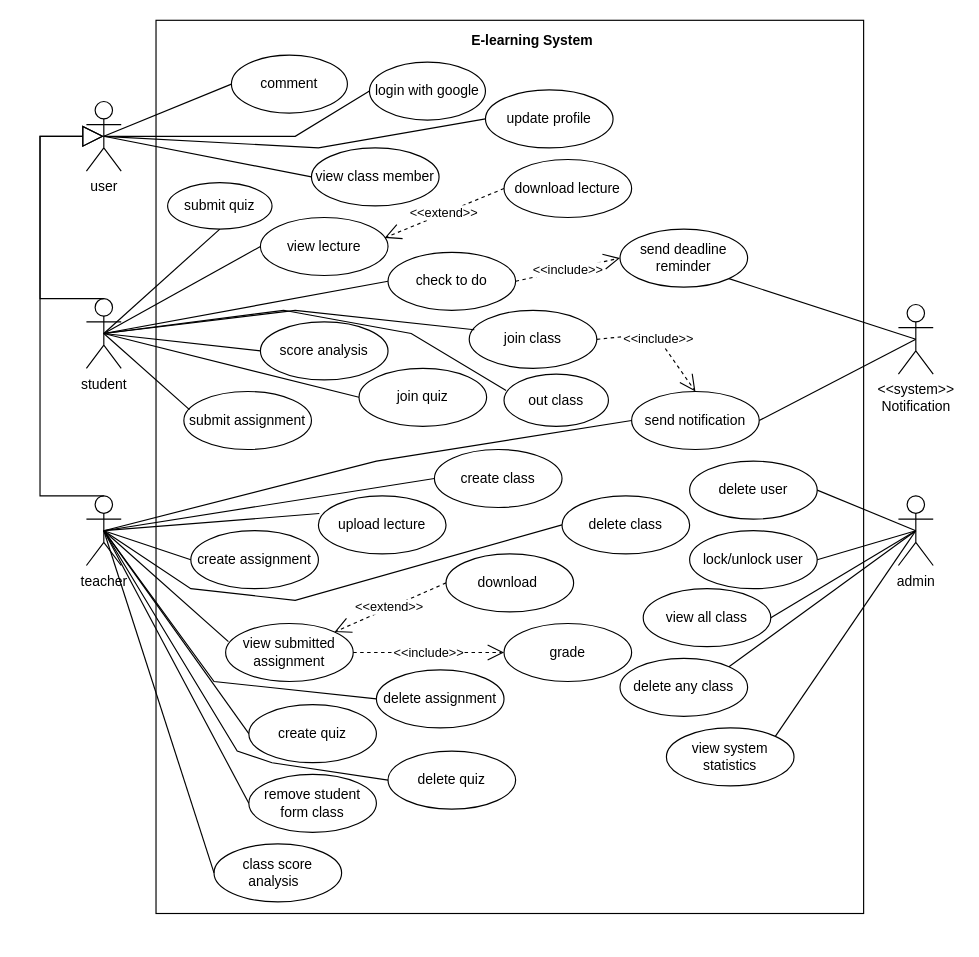
This is system_design/use_case.drawio from Hai-Hay-Ho/e-learning, a draw.io file, before an edit. Source tidied: cells renumbered, new cells numbered last; positions are measured from the earlier drawing's top-left corner, leaving out a move shared by most shapes. Both pictures are drawn from the tidied source at 116%, with x=0, y=0 at pixel (39, 20).
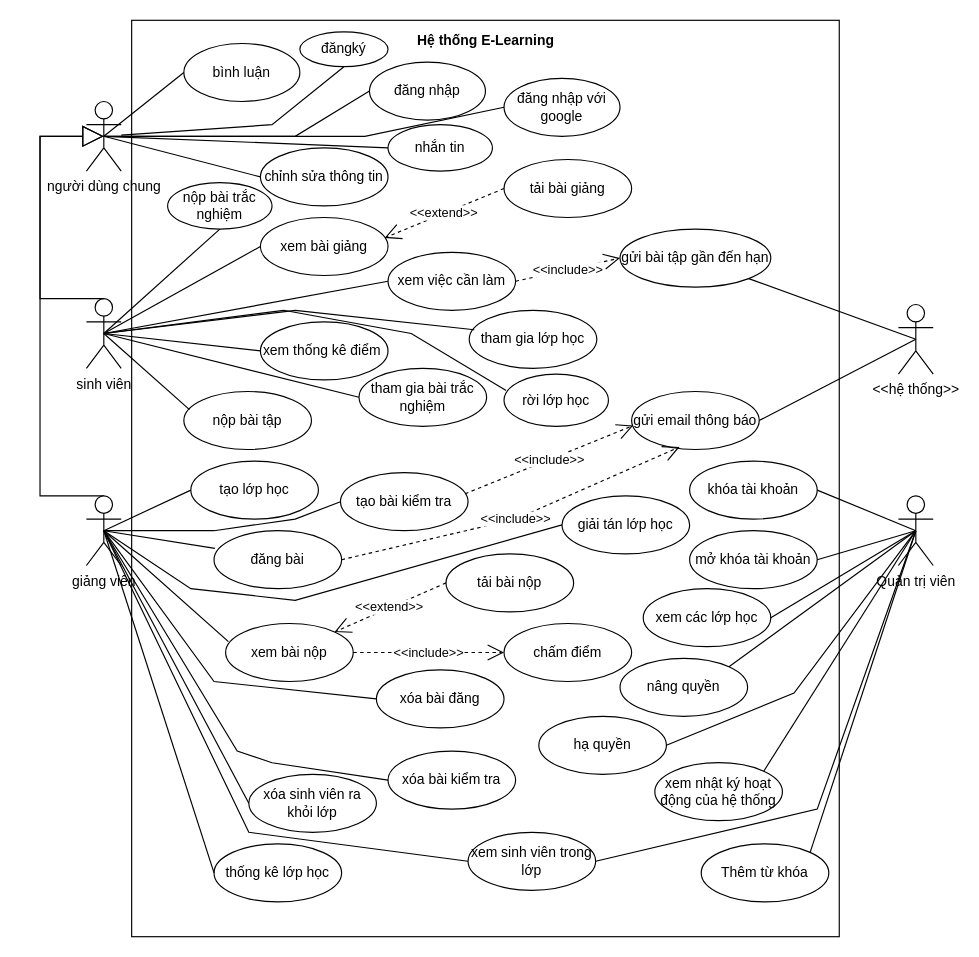
The same diagram, later.

What changed in the source:
```diff
@@
-    <mxCell id="2" value="student" style="shape=umlActor;verticalLabelPosition=bottom;verticalAlign=top;html=1;outlineConnect=0;" parent="1" vertex="1">
+    <mxCell id="2" value="sinh viên" style="shape=umlActor;verticalLabelPosition=bottom;verticalAlign=top;html=1;outlineConnect=0;" parent="1" vertex="1">
       <mxGeometry x="40" y="240" width="30" height="60" as="geometry" />
     </mxCell>
-    <mxCell id="3" value="teacher" style="shape=umlActor;verticalLabelPosition=bottom;verticalAlign=top;html=1;outlineConnect=0;" parent="1" vertex="1">
-      <mxGeometry x="40" y="410" width="30" height="60" as="geometry" />
-    </mxCell>
-    <mxCell id="4" value="user" style="shape=umlActor;verticalLabelPosition=bottom;verticalAlign=top;html=1;outlineConnect=0;" parent="1" vertex="1">
-      <mxGeometry x="40" y="70" width="30" height="60" as="geometry" />
-    </mxCell>
     <mxCell id="5" style="html=1;whiteSpace=wrap;" parent="1" vertex="1">
-      <mxGeometry x="100" width="610" height="770" as="geometry" />
+      <mxGeometry x="79" width="610" height="790" as="geometry" />
     </mxCell>
-    <mxCell id="6" value="E-learning System" style="text;align=center;fontStyle=1;verticalAlign=middle;spacingLeft=3;spacingRight=3;strokeColor=none;html=1;" parent="1" vertex="1">
-      <mxGeometry x="384" width="80" height="36" as="geometry" />
+    <mxCell id="6" value="Hệ thống E-Learning" style="text;align=center;fontStyle=1;verticalAlign=middle;spacingLeft=3;spacingRight=3;strokeColor=none;html=1;" parent="1" vertex="1">
+      <mxGeometry x="344" width="80" height="36" as="geometry" />
     </mxCell>
-    <mxCell id="7" value="login with google" style="ellipse;whiteSpace=wrap;html=1;" parent="1" vertex="1">
+    <mxCell id="7" value="đăng nhập" style="ellipse;whiteSpace=wrap;html=1;" parent="1" vertex="1">
       <mxGeometry x="284" y="36" width="100" height="50" as="geometry" />
     </mxCell>
@@
-    <mxCell id="9" value="update profile" style="ellipse;whiteSpace=wrap;html=1;" parent="1" vertex="1">
-      <mxGeometry x="384" y="60" width="110" height="50" as="geometry" />
+    <mxCell id="9" value="chỉnh sửa thông tin" style="ellipse;whiteSpace=wrap;html=1;" parent="1" vertex="1">
+      <mxGeometry x="190" y="110" width="110" height="50" as="geometry" />
     </mxCell>
-    <mxCell id="10" value="download lecture" style="ellipse;whiteSpace=wrap;html=1;" parent="1" vertex="1">
+    <mxCell id="10" value="tải bài giảng" style="ellipse;whiteSpace=wrap;html=1;" parent="1" vertex="1">
       <mxGeometry x="400" y="120" width="110" height="50" as="geometry" />
     </mxCell>
     <mxCell id="11" style="html=1;verticalAlign=bottom;endArrow=none;curved=0;rounded=0;entryX=0;entryY=0.5;entryDx=0;entryDy=0;exitX=0.5;exitY=0.5;exitDx=0;exitDy=0;exitPerimeter=0;endFill=0;" parent="1" edge="1" source="4" target="9">
-      <mxGeometry relative="1" as="geometry">
-        <Array as="points">
-          <mxPoint x="240" y="110" />
-        </Array>
-      </mxGeometry>
+      <mxGeometry relative="1" as="geometry" />
     </mxCell>
@@
-    <mxCell id="14" value="&lt;font style=&quot;color: rgb(0, 0, 0);&quot;&gt;&amp;lt;&amp;lt;system&amp;gt;&amp;gt;&lt;/font&gt;&lt;div&gt;&lt;font style=&quot;color: rgb(0, 0, 0);&quot;&gt;Notification&lt;/font&gt;&lt;/div&gt;" style="shape=umlActor;verticalLabelPosition=bottom;verticalAlign=top;html=1;" parent="1" vertex="1">
+    <mxCell id="14" value="&lt;font style=&quot;color: rgb(0, 0, 0);&quot;&gt;&amp;lt;&amp;lt;hệ thống&amp;gt;&amp;gt;&lt;/font&gt;" style="shape=umlActor;verticalLabelPosition=bottom;verticalAlign=top;html=1;" parent="1" vertex="1">
       <mxGeometry x="740" y="245" width="30" height="60" as="geometry" />
     </mxCell>
-    <mxCell id="15" value="join class" style="ellipse;whiteSpace=wrap;html=1;" parent="1" vertex="1">
+    <mxCell id="15" value="tham gia lớp học" style="ellipse;whiteSpace=wrap;html=1;" parent="1" vertex="1">
       <mxGeometry x="370" y="250" width="110" height="50" as="geometry" />
     </mxCell>
-    <mxCell id="16" value="view lecture" style="ellipse;whiteSpace=wrap;html=1;" parent="1" vertex="1">
+    <mxCell id="16" value="xem bài giảng" style="ellipse;whiteSpace=wrap;html=1;" parent="1" vertex="1">
       <mxGeometry x="190" y="170" width="110" height="50" as="geometry" />
     </mxCell>
@@
-    <mxCell id="19" value="submit assignment" style="ellipse;whiteSpace=wrap;html=1;" parent="1" vertex="1">
+    <mxCell id="19" value="nộp bài tập" style="ellipse;whiteSpace=wrap;html=1;" parent="1" vertex="1">
       <mxGeometry x="124" y="320" width="110" height="50" as="geometry" />
     </mxCell>
@@
-    <mxCell id="21" value="create class" style="ellipse;whiteSpace=wrap;html=1;" parent="1" vertex="1">
-      <mxGeometry x="340" y="370" width="110" height="50" as="geometry" />
+    <mxCell id="21" value="tạo lớp học" style="ellipse;whiteSpace=wrap;html=1;" parent="1" vertex="1">
+      <mxGeometry x="130" y="380" width="110" height="50" as="geometry" />
     </mxCell>
-    <mxCell id="22" value="upload lecture" style="ellipse;whiteSpace=wrap;html=1;" parent="1" vertex="1">
-      <mxGeometry x="240" y="410" width="110" height="50" as="geometry" />
+    <mxCell id="22" value="đăng bài" style="ellipse;whiteSpace=wrap;html=1;" parent="1" vertex="1">
+      <mxGeometry x="150" y="440" width="110" height="50" as="geometry" />
     </mxCell>
-    <mxCell id="23" value="create assignment" style="ellipse;whiteSpace=wrap;html=1;" parent="1" vertex="1">
-      <mxGeometry x="130" y="440" width="110" height="50" as="geometry" />
-    </mxCell>
-    <mxCell id="24" style="html=1;verticalAlign=bottom;endArrow=none;curved=0;rounded=0;entryX=0;entryY=0.5;entryDx=0;entryDy=0;exitX=0.5;exitY=0.5;exitDx=0;exitDy=0;exitPerimeter=0;endFill=0;" parent="1" edge="1" source="3" target="23">
-      <mxGeometry relative="1" as="geometry" />
-    </mxCell>
@@
-    <mxCell id="27" value="view submitted assignment" style="ellipse;whiteSpace=wrap;html=1;" parent="1" vertex="1">
+    <mxCell id="27" value="xem bài nộp" style="ellipse;whiteSpace=wrap;html=1;" parent="1" vertex="1">
       <mxGeometry x="160" y="520" width="110" height="50" as="geometry" />
     </mxCell>
@@
-    <mxCell id="30" value="download&amp;nbsp;" style="ellipse;whiteSpace=wrap;html=1;" parent="1" vertex="1">
+    <mxCell id="30" value="tải bài nộp" style="ellipse;whiteSpace=wrap;html=1;" parent="1" vertex="1">
       <mxGeometry x="350" y="460" width="110" height="50" as="geometry" />
     </mxCell>
-    <mxCell id="31" value="grade" style="ellipse;whiteSpace=wrap;html=1;" parent="1" vertex="1">
+    <mxCell id="31" value="chấm điểm" style="ellipse;whiteSpace=wrap;html=1;" parent="1" vertex="1">
       <mxGeometry x="400" y="520" width="110" height="50" as="geometry" />
     </mxCell>
@@
-    <mxCell id="34" value="send notification" style="ellipse;whiteSpace=wrap;html=1;" parent="1" vertex="1">
+    <mxCell id="34" value="gửi email thông báo" style="ellipse;whiteSpace=wrap;html=1;" parent="1" vertex="1">
       <mxGeometry x="510" y="320" width="110" height="50" as="geometry" />
     </mxCell>
@@
-    <mxCell id="36" style="html=1;verticalAlign=bottom;endArrow=none;curved=0;rounded=0;entryX=0;entryY=0.5;entryDx=0;entryDy=0;exitX=0.5;exitY=0.5;exitDx=0;exitDy=0;exitPerimeter=0;endFill=0;" parent="1" edge="1" source="3" target="34">
-      <mxGeometry relative="1" as="geometry">
-        <Array as="points">
-          <mxPoint x="290" y="380" />
-        </Array>
-      </mxGeometry>
-    </mxCell>
-    <mxCell id="37" value="&amp;lt;&amp;lt;include&amp;gt;&amp;gt;" style="endArrow=open;endSize=12;dashed=1;html=1;rounded=0;entryX=0.5;entryY=0;entryDx=0;entryDy=0;" parent="1" edge="1" target="34">
-      <mxGeometry relative="1" as="geometry">
-        <mxPoint x="480" y="275" as="sourcePoint" />
-        <Array as="points">
-          <mxPoint x="530" y="270" />
-        </Array>
-      </mxGeometry>
-    </mxCell>
-    <mxCell id="38" value="comment" style="ellipse;whiteSpace=wrap;html=1;" parent="1" vertex="1">
-      <mxGeometry x="165" y="30" width="100" height="50" as="geometry" />
+    <mxCell id="38" value="bình luận" style="ellipse;whiteSpace=wrap;html=1;" parent="1" vertex="1">
+      <mxGeometry x="124" y="20" width="100" height="50" as="geometry" />
     </mxCell>
@@
-    <mxCell id="40" value="create quiz" style="ellipse;whiteSpace=wrap;html=1;" parent="1" vertex="1">
-      <mxGeometry x="180" y="590" width="110" height="50" as="geometry" />
+    <mxCell id="40" value="tạo bài kiểm tra" style="ellipse;whiteSpace=wrap;html=1;" parent="1" vertex="1">
+      <mxGeometry x="259" y="390" width="110" height="50" as="geometry" />
     </mxCell>
     <mxCell id="41" style="html=1;verticalAlign=bottom;endArrow=none;curved=0;rounded=0;entryX=0;entryY=0.5;entryDx=0;entryDy=0;exitX=0.5;exitY=0.5;exitDx=0;exitDy=0;exitPerimeter=0;endFill=0;" parent="1" edge="1" source="3" target="40">
-      <mxGeometry relative="1" as="geometry" />
+      <mxGeometry relative="1" as="geometry">
+        <Array as="points">
+          <mxPoint x="150" y="440" />
+          <mxPoint x="220" y="430" />
+        </Array>
+      </mxGeometry>
     </mxCell>
-    <mxCell id="42" value="join quiz" style="ellipse;whiteSpace=wrap;html=1;" parent="1" vertex="1">
+    <mxCell id="42" value="tham gia bài trắc nghiệm" style="ellipse;whiteSpace=wrap;html=1;" parent="1" vertex="1">
       <mxGeometry x="275" y="300" width="110" height="50" as="geometry" />
     </mxCell>
@@
-    <mxCell id="44" value="score analysis" style="ellipse;whiteSpace=wrap;html=1;" parent="1" vertex="1">
+    <mxCell id="44" value="xem thống kê điểm&amp;nbsp;" style="ellipse;whiteSpace=wrap;html=1;" parent="1" vertex="1">
       <mxGeometry x="190" y="260" width="110" height="50" as="geometry" />
     </mxCell>
@@
-    <mxCell id="46" value="view class member" style="ellipse;whiteSpace=wrap;html=1;" parent="1" vertex="1">
-      <mxGeometry x="234" y="110" width="110" height="50" as="geometry" />
+    <mxCell id="46" value="xem sinh viên trong lớp" style="ellipse;whiteSpace=wrap;html=1;" parent="1" vertex="1">
+      <mxGeometry x="369" y="700" width="110" height="50" as="geometry" />
     </mxCell>
-    <mxCell id="47" style="html=1;verticalAlign=bottom;endArrow=none;curved=0;rounded=0;entryX=0;entryY=0.5;entryDx=0;entryDy=0;exitX=0.5;exitY=0.5;exitDx=0;exitDy=0;exitPerimeter=0;endFill=0;" parent="1" edge="1" source="4" target="46">
-      <mxGeometry relative="1" as="geometry" />
-    </mxCell>
-    <mxCell id="48" value="send deadline reminder" style="ellipse;whiteSpace=wrap;html=1;" parent="1" vertex="1">
-      <mxGeometry x="500" y="180" width="110" height="50" as="geometry" />
+    <mxCell id="48" value="gửi bài tập gần đến hạn" style="ellipse;whiteSpace=wrap;html=1;" parent="1" vertex="1">
+      <mxGeometry x="500" y="180" width="130" height="50" as="geometry" />
     </mxCell>
@@
-    <mxCell id="50" value="check to do" style="ellipse;whiteSpace=wrap;html=1;" parent="1" vertex="1">
+    <mxCell id="50" value="xem việc cần làm" style="ellipse;whiteSpace=wrap;html=1;" parent="1" vertex="1">
       <mxGeometry x="300" y="200" width="110" height="50" as="geometry" />
     </mxCell>
@@
-    <mxCell id="53" value="remove student form class" style="ellipse;whiteSpace=wrap;html=1;" parent="1" vertex="1">
+    <mxCell id="53" value="xóa sinh viên ra khỏi lớp" style="ellipse;whiteSpace=wrap;html=1;" parent="1" vertex="1">
       <mxGeometry x="180" y="650" width="110" height="50" as="geometry" />
     </mxCell>
@@
-    <mxCell id="55" value="submit quiz" style="ellipse;whiteSpace=wrap;html=1;" parent="1" vertex="1">
+    <mxCell id="55" value="nộp bài trắc nghiệm" style="ellipse;whiteSpace=wrap;html=1;" parent="1" vertex="1">
       <mxGeometry x="110" y="140" width="90" height="40" as="geometry" />
     </mxCell>
@@
-    <mxCell id="57" value="out class" style="ellipse;whiteSpace=wrap;html=1;" parent="1" vertex="1">
+    <mxCell id="57" value="rời lớp học" style="ellipse;whiteSpace=wrap;html=1;" parent="1" vertex="1">
       <mxGeometry x="400" y="305" width="90" height="45" as="geometry" />
     </mxCell>
@@
-    <mxCell id="59" value="class score analysis&amp;nbsp;&amp;nbsp;" style="ellipse;whiteSpace=wrap;html=1;" parent="1" vertex="1">
+    <mxCell id="59" value="thống kê lớp học" style="ellipse;whiteSpace=wrap;html=1;" parent="1" vertex="1">
       <mxGeometry x="150" y="710" width="110" height="50" as="geometry" />
     </mxCell>
@@
-    <mxCell id="61" value="delete assignment" style="ellipse;whiteSpace=wrap;html=1;" parent="1" vertex="1">
+    <mxCell id="61" value="xóa bài đăng" style="ellipse;whiteSpace=wrap;html=1;" parent="1" vertex="1">
       <mxGeometry x="290" y="560" width="110" height="50" as="geometry" />
     </mxCell>
-    <mxCell id="62" value="delete class" style="ellipse;whiteSpace=wrap;html=1;" parent="1" vertex="1">
+    <mxCell id="62" value="giải tán lớp học" style="ellipse;whiteSpace=wrap;html=1;" parent="1" vertex="1">
       <mxGeometry x="450" y="410" width="110" height="50" as="geometry" />
     </mxCell>
-    <mxCell id="63" value="delete quiz" style="ellipse;whiteSpace=wrap;html=1;" parent="1" vertex="1">
+    <mxCell id="63" value="xóa bài kiểm tra" style="ellipse;whiteSpace=wrap;html=1;" parent="1" vertex="1">
       <mxGeometry x="300" y="630" width="110" height="50" as="geometry" />
     </mxCell>
@@
-    <mxCell id="67" value="admin" style="shape=umlActor;verticalLabelPosition=bottom;verticalAlign=top;html=1;outlineConnect=0;" parent="1" vertex="1">
+    <mxCell id="67" value="Quản trị viên" style="shape=umlActor;verticalLabelPosition=bottom;verticalAlign=top;html=1;outlineConnect=0;" parent="1" vertex="1">
       <mxGeometry x="740" y="410" width="30" height="60" as="geometry" />
     </mxCell>
-    <mxCell id="68" value="delete user" style="ellipse;whiteSpace=wrap;html=1;" parent="1" vertex="1">
+    <mxCell id="68" value="khóa tài khoản" style="ellipse;whiteSpace=wrap;html=1;" parent="1" vertex="1">
       <mxGeometry x="560" y="380" width="110" height="50" as="geometry" />
     </mxCell>
@@
-    <mxCell id="70" value="lock/unlock user" style="ellipse;whiteSpace=wrap;html=1;" parent="1" vertex="1">
+    <mxCell id="70" value="mở khóa tài khoản" style="ellipse;whiteSpace=wrap;html=1;" parent="1" vertex="1">
       <mxGeometry x="560" y="440" width="110" height="50" as="geometry" />
     </mxCell>
-    <mxCell id="71" value="view all class" style="ellipse;whiteSpace=wrap;html=1;" parent="1" vertex="1">
+    <mxCell id="71" value="xem các lớp học" style="ellipse;whiteSpace=wrap;html=1;" parent="1" vertex="1">
       <mxGeometry x="520" y="490" width="110" height="50" as="geometry" />
     </mxCell>
@@
-    <mxCell id="74" value="delete any class" style="ellipse;whiteSpace=wrap;html=1;" parent="1" vertex="1">
+    <mxCell id="74" value="nâng quyền" style="ellipse;whiteSpace=wrap;html=1;" parent="1" vertex="1">
       <mxGeometry x="500" y="550" width="110" height="50" as="geometry" />
     </mxCell>
@@
-    <mxCell id="76" value="view system statistics" style="ellipse;whiteSpace=wrap;html=1;" parent="1" vertex="1">
-      <mxGeometry x="540" y="610" width="110" height="50" as="geometry" />
+    <mxCell id="76" value="xem nhật ký hoạt động của hệ thống" style="ellipse;whiteSpace=wrap;html=1;" parent="1" vertex="1">
+      <mxGeometry x="530" y="640" width="110" height="50" as="geometry" />
     </mxCell>
@@
+    <mxCell id="78" value="đăng nhập với google" style="ellipse;whiteSpace=wrap;html=1;" parent="1" vertex="1">
+      <mxGeometry x="400" y="50" width="100" height="50" as="geometry" />
+    </mxCell>
+    <mxCell id="79" value="đăngký" style="ellipse;whiteSpace=wrap;html=1;" parent="1" vertex="1">
+      <mxGeometry x="224" y="10" width="76" height="30" as="geometry" />
+    </mxCell>
+    <mxCell id="80" style="html=1;verticalAlign=bottom;endArrow=none;curved=0;rounded=0;entryX=0.5;entryY=1;entryDx=0;entryDy=0;endFill=0;" parent="1" edge="1" source="4" target="79">
+      <mxGeometry relative="1" as="geometry">
+        <Array as="points">
+          <mxPoint x="200" y="90" />
+        </Array>
+      </mxGeometry>
+    </mxCell>
+    <mxCell id="81" style="html=1;verticalAlign=bottom;endArrow=none;curved=0;rounded=0;entryX=0;entryY=0.5;entryDx=0;entryDy=0;exitX=0.5;exitY=0.5;exitDx=0;exitDy=0;exitPerimeter=0;endFill=0;" parent="1" edge="1" source="3" target="46">
+      <mxGeometry relative="1" as="geometry">
+        <Array as="points">
+          <mxPoint x="180" y="700" />
+        </Array>
+      </mxGeometry>
+    </mxCell>
+    <mxCell id="82" style="html=1;verticalAlign=bottom;endArrow=none;curved=0;rounded=0;entryX=0.5;entryY=0.5;entryDx=0;entryDy=0;exitX=1;exitY=0.5;exitDx=0;exitDy=0;entryPerimeter=0;endFill=0;" parent="1" edge="1" source="46" target="67">
+      <mxGeometry relative="1" as="geometry">
+        <Array as="points">
+          <mxPoint x="670" y="680" />
+        </Array>
+      </mxGeometry>
+    </mxCell>
+    <mxCell id="83" value="nhắn tin" style="ellipse;whiteSpace=wrap;html=1;" parent="1" vertex="1">
+      <mxGeometry x="300" y="90" width="90" height="40" as="geometry" />
+    </mxCell>
+    <mxCell id="84" style="html=1;verticalAlign=bottom;endArrow=none;curved=0;rounded=0;entryX=0;entryY=0.5;entryDx=0;entryDy=0;exitX=0.5;exitY=0.5;exitDx=0;exitDy=0;exitPerimeter=0;endFill=0;" parent="1" edge="1" source="4" target="83">
+      <mxGeometry relative="1" as="geometry" />
+    </mxCell>
+    <mxCell id="85" value="Thêm từ khóa" style="ellipse;whiteSpace=wrap;html=1;" parent="1" vertex="1">
+      <mxGeometry x="570" y="710" width="110" height="50" as="geometry" />
+    </mxCell>
+    <mxCell id="86" style="html=1;verticalAlign=bottom;endArrow=none;curved=0;rounded=0;entryX=1;entryY=0;entryDx=0;entryDy=0;exitX=0.5;exitY=0.5;exitDx=0;exitDy=0;exitPerimeter=0;endFill=0;" parent="1" edge="1" source="67" target="85">
+      <mxGeometry relative="1" as="geometry" />
+    </mxCell>
+    <mxCell id="87" style="html=1;verticalAlign=bottom;endArrow=none;curved=0;rounded=0;entryX=0;entryY=0.5;entryDx=0;entryDy=0;endFill=0;exitX=0.5;exitY=0.5;exitDx=0;exitDy=0;exitPerimeter=0;" parent="1" edge="1" source="4" target="78">
+      <mxGeometry relative="1" as="geometry">
+        <Array as="points">
+          <mxPoint x="280" y="100" />
+        </Array>
+      </mxGeometry>
+    </mxCell>
+    <mxCell id="88" value="&amp;lt;&amp;lt;include&amp;gt;&amp;gt;" style="endArrow=open;endSize=12;dashed=1;html=1;rounded=0;exitX=0.977;exitY=0.363;exitDx=0;exitDy=0;entryX=0.013;entryY=0.587;entryDx=0;entryDy=0;exitPerimeter=0;entryPerimeter=0;" parent="1" edge="1" source="40" target="34">
+      <mxGeometry relative="1" as="geometry" />
+    </mxCell>
+    <mxCell id="89" value="&amp;lt;&amp;lt;include&amp;gt;&amp;gt;" style="endArrow=open;endSize=12;dashed=1;html=1;rounded=0;exitX=1;exitY=0.5;exitDx=0;exitDy=0;entryX=0.376;entryY=0.956;entryDx=0;entryDy=0;entryPerimeter=0;" parent="1" edge="1" source="22" target="34">
+      <mxGeometry relative="1" as="geometry">
+        <Array as="points">
+          <mxPoint x="410" y="430" />
+        </Array>
+      </mxGeometry>
+    </mxCell>
+    <mxCell id="90" value="hạ quyền" style="ellipse;whiteSpace=wrap;html=1;" parent="1" vertex="1">
+      <mxGeometry x="430" y="600" width="110" height="50" as="geometry" />
+    </mxCell>
+    <mxCell id="91" style="html=1;verticalAlign=bottom;endArrow=none;curved=0;rounded=0;entryX=1;entryY=0.5;entryDx=0;entryDy=0;exitX=0.5;exitY=0.5;exitDx=0;exitDy=0;exitPerimeter=0;endFill=0;" parent="1" edge="1" source="67" target="90">
+      <mxGeometry relative="1" as="geometry">
+        <Array as="points">
+          <mxPoint x="650" y="580" />
+        </Array>
+      </mxGeometry>
+    </mxCell>
+    <mxCell id="4" value="người dùng chung" style="shape=umlActor;verticalLabelPosition=bottom;verticalAlign=top;html=1;outlineConnect=0;" parent="1" vertex="1">
+      <mxGeometry x="40" y="70" width="30" height="60" as="geometry" />
+    </mxCell>
+    <mxCell id="3" value="giảng viên" style="shape=umlActor;verticalLabelPosition=bottom;verticalAlign=top;html=1;outlineConnect=0;" parent="1" vertex="1">
+      <mxGeometry x="40" y="410" width="30" height="60" as="geometry" />
+    </mxCell>
```
